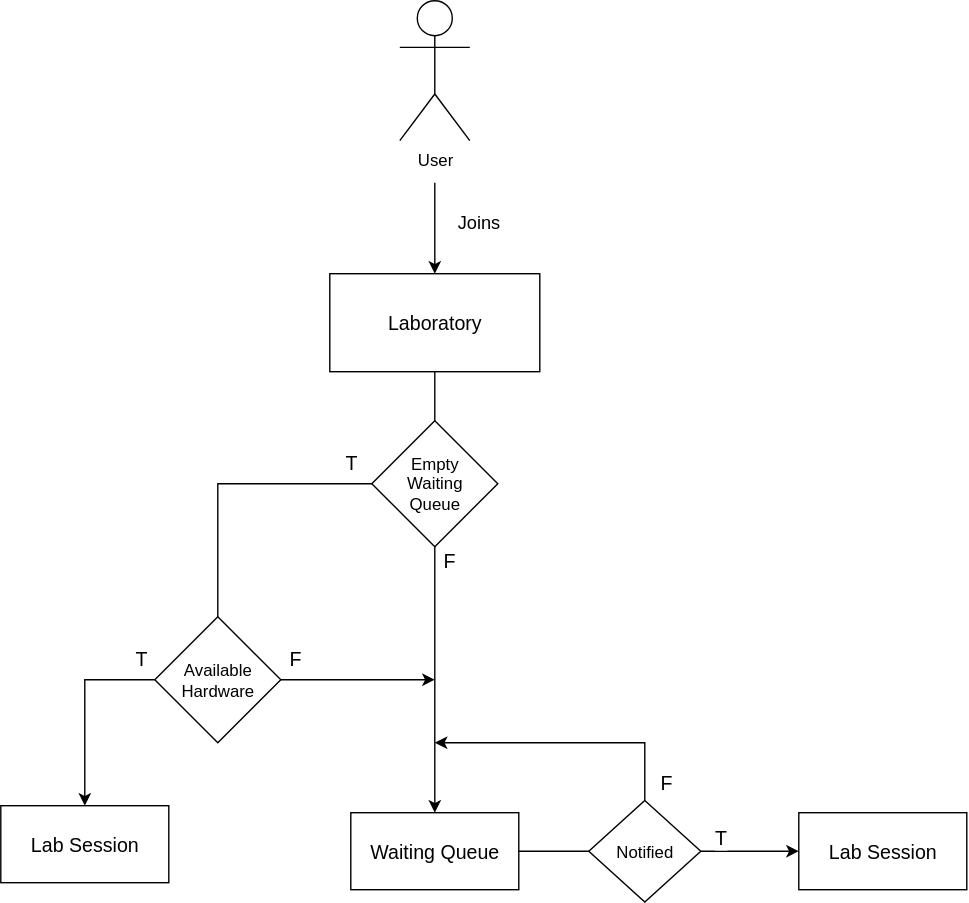
isel-remote-lab/documentation keeps this draw.io diagram as img/api/lab_waiting_queue.drawio.svg. Above is the earlier version. Source tidied: cells renumbered, new cells last; positions are measured from the earlier drawing's top-left corner, leaving out a move shared by most shapes.
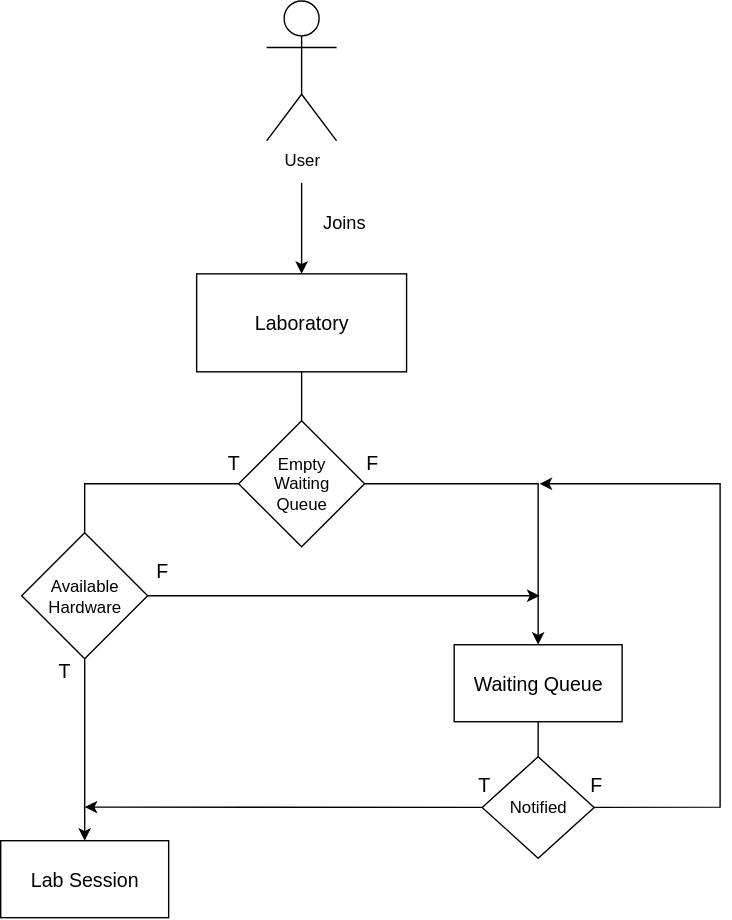
The same diagram one commit later.

Change to the diagram source:
```diff
@@ -25,57 +25,56 @@
       <mxGeometry relative="1" as="geometry" />
     </mxCell>
     <mxCell id="8" value="Available&lt;div&gt;Hardware&lt;/div&gt;" style="rhombus;whiteSpace=wrap;html=1;" parent="1" vertex="1">
-      <mxGeometry x="110" y="440" width="90" height="90" as="geometry" />
+      <mxGeometry x="110" y="380" width="90" height="90" as="geometry" />
     </mxCell>
-    <mxCell id="9" value="T" style="endArrow=classic;html=1;rounded=0;fontSize=14;" parent="1" edge="1" source="8">
-      <mxGeometry x="-0.86" y="-15" relative="1" as="geometry">
-        <mxPoint x="60" y="575" as="targetPoint" />
-        <Array as="points">
-          <mxPoint x="60" y="485" />
-        </Array>
-      </mxGeometry>
+    <mxCell id="9" value="T" style="endArrow=classic;html=1;rounded=0;fontSize=14;" parent="1" edge="1" source="8" target="11">
+      <mxGeometry x="-0.86" y="-15" relative="1" as="geometry" />
     </mxCell>
     <mxCell id="10" value="T" style="endArrow=none;html=1;rounded=0;fontSize=14;" parent="1" edge="1" source="8" target="6">
-      <mxGeometry x="0.85" y="15" relative="1" as="geometry">
+      <mxGeometry x="0.94" y="15" relative="1" as="geometry">
         <Array as="points">
           <mxPoint x="155" y="345" />
         </Array>
       </mxGeometry>
     </mxCell>
     <mxCell id="11" value="Lab Session" style="rounded=0;whiteSpace=wrap;html=1;fontSize=14;" parent="1" vertex="1">
-      <mxGeometry y="575" width="120" height="55" as="geometry" />
+      <mxGeometry x="95" y="600" width="120" height="55" as="geometry" />
     </mxCell>
     <mxCell id="12" value="Waiting Queue" style="rounded=0;whiteSpace=wrap;html=1;fontSize=14;" parent="1" vertex="1">
-      <mxGeometry x="250" y="580" width="120" height="55" as="geometry" />
+      <mxGeometry x="419" y="460" width="120" height="55" as="geometry" />
     </mxCell>
     <mxCell id="13" value="Notified" style="rhombus;whiteSpace=wrap;html=1;" parent="1" vertex="1">
-      <mxGeometry x="420" y="571.2" width="80" height="72.5" as="geometry" />
+      <mxGeometry x="439" y="540" width="80" height="72.5" as="geometry" />
     </mxCell>
     <mxCell id="14" style="endArrow=none;html=1;rounded=0;" parent="1" edge="1" source="13" target="12">
       <mxGeometry relative="1" as="geometry" />
     </mxCell>
-    <mxCell id="15" value="F" style="endArrow=classic;html=1;rounded=0;fontSize=14;" parent="1" edge="1" source="13">
-      <mxGeometry x="-0.87" y="-15" relative="1" as="geometry">
-        <mxPoint x="310" y="530" as="targetPoint" />
-        <Array as="points">
-          <mxPoint x="460" y="530" />
-          <mxPoint x="440" y="530" />
-        </Array>
-      </mxGeometry>
-    </mxCell>
-    <mxCell id="16" value="Lab Session" style="rounded=0;whiteSpace=wrap;html=1;fontSize=14;" parent="1" vertex="1">
-      <mxGeometry x="570" y="580" width="120" height="55" as="geometry" />
-    </mxCell>
-    <mxCell id="17" value="T" style="endArrow=classic;html=1;rounded=0;fontSize=14;" parent="1" edge="1" source="13" target="16">
-      <mxGeometry x="-0.6" y="10" relative="1" as="geometry" />
+    <mxCell id="17" value="T" style="endArrow=classic;html=1;rounded=0;fontSize=14;" parent="1" edge="1" source="13">
+      <mxGeometry x="-1" y="-16" relative="1" as="geometry">
+        <mxPoint x="155" y="576" as="targetPoint" />
+        <mxPoint x="1" as="offset" />
+      </mxGeometry>
     </mxCell>
-    <mxCell id="18" value="F" style="endArrow=classic;html=1;rounded=0;fontSize=14;" parent="1" edge="1" source="8">
-      <mxGeometry x="-0.82" y="15" relative="1" as="geometry">
-        <mxPoint x="310" y="485" as="targetPoint" />
-      </mxGeometry>
-    </mxCell>
     <mxCell id="19" value="F" style="endArrow=classic;html=1;rounded=0;fontSize=14;" parent="1" edge="1" source="6" target="12">
-      <mxGeometry x="-0.89" y="10" relative="1" as="geometry" />
+      <mxGeometry x="-0.96" y="15" relative="1" as="geometry">
+        <Array as="points">
+          <mxPoint x="479" y="345" />
+        </Array>
+      </mxGeometry>
     </mxCell>
+    <mxCell id="20" value="F" style="endArrow=classic;html=1;rounded=0;fontSize=14;" parent="1" edge="1" source="13">
+      <mxGeometry x="-0.99" y="16" relative="1" as="geometry">
+        <mxPoint x="480" y="345" as="targetPoint" />
+        <Array as="points">
+          <mxPoint x="609" y="576" />
+          <mxPoint x="609" y="345" />
+        </Array>
+      </mxGeometry>
+    </mxCell>
+    <mxCell id="21" value="F" style="endArrow=classic;html=1;rounded=0;fontSize=14;" parent="1" edge="1" source="8">
+      <mxGeometry x="-0.93" y="18" relative="1" as="geometry">
+        <mxPoint x="480" y="425" as="targetPoint" />
+      </mxGeometry>
+    </mxCell>
   </root>
 </mxGraphModel>
```
